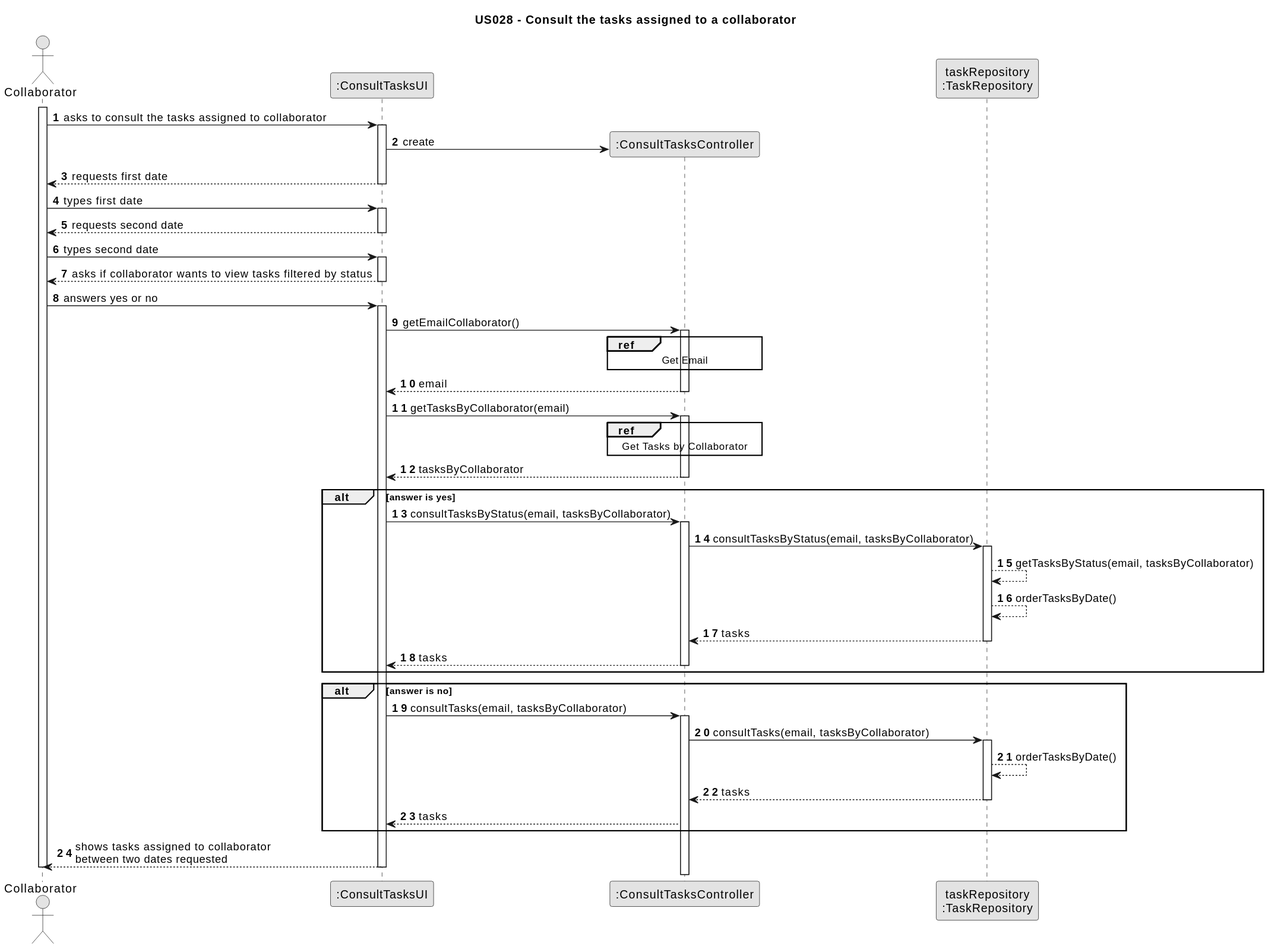
This is docs/sprintC/us028/03.design/svg/us028-sequence-diagram-split.svg from Departamento-de-Engenharia-Informatica/lei-24-s2-1dm-g132, a PlantUML export, as it was before one commit.
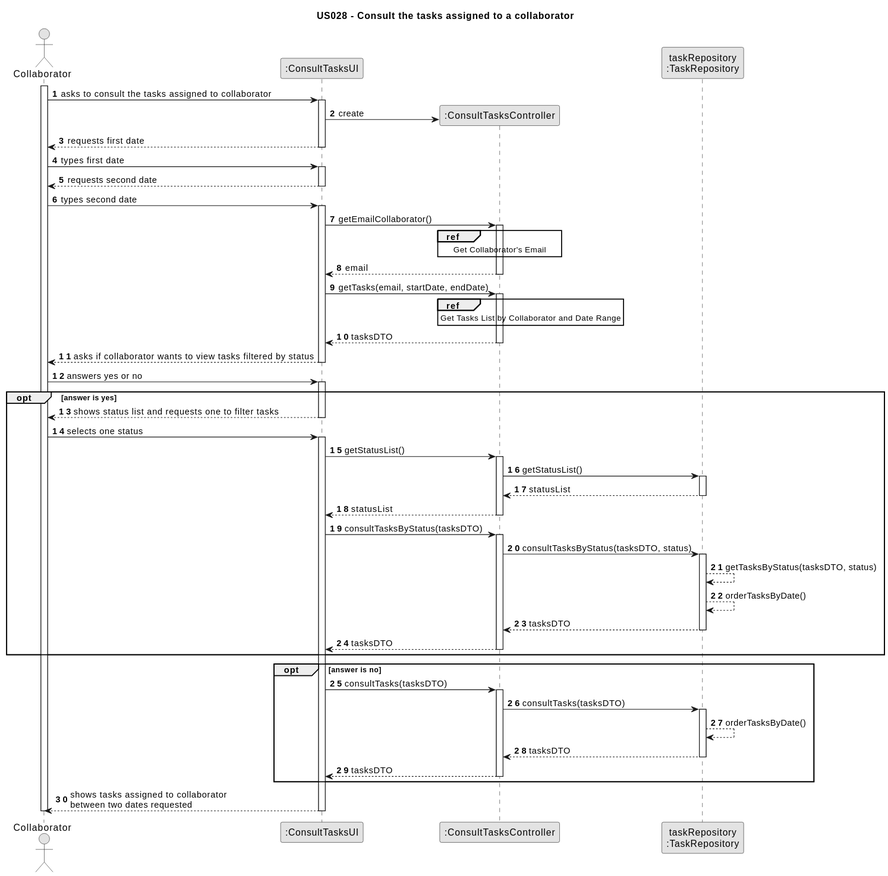
Above is the later version.

Commit message:
US28 changes on sequence diagram full and partials

Change to the diagram source:
```diff
@@ -31,63 +31,79 @@
     Employee -> UI : types second date
     activate UI
 
+    UI -> CTRL : getEmailCollaborator()
+    activate CTRL
+
+    ref over CTRL
+        Get Collaborator's Email
+    end ref
+
+    CTRL --> UI : email
+    deactivate CTRL
+
+    UI -> CTRL : getTasks(email, startDate, endDate)
+    activate CTRL
+
+    ref over CTRL
+        Get Tasks List by Collaborator and Date Range
+    end ref
+
+    CTRL --> UI : tasksDTO
+    deactivate CTRL
+
     UI --> Employee : asks if collaborator wants to view tasks filtered by status
     deactivate UI
 
     Employee -> UI : answers yes or no
     activate UI
 
-    UI -> CTRL : getEmailCollaborator()
-    activate CTRL
+    opt answer is yes
+        UI --> Employee : shows status list and requests one to filter tasks
+        deactivate UI
 
-    ref over CTRL
-        Get Email
-    end
+        Employee -> UI : selects one status
+        activate UI
 
-    CTRL --> UI : email
-    deactivate CTRL
-
-    UI -> CTRL : getTasksByCollaborator(email)
-    activate CTRL
-
-    ref over CTRL
-         Get Tasks by Collaborator
-    end
-
-    CTRL --> UI : tasksByCollaborator
-    deactivate CTRL
-
-
-    alt answer is yes
-        UI -> CTRL : consultTasksByStatus(email, tasksByCollaborator)
+        UI -> CTRL : getStatusList()
         activate CTRL
 
-        CTRL -> TaskRepository : consultTasksByStatus(email, tasksByCollaborator)
+        CTRL -> TaskRepository : getStatusList()
         activate TaskRepository
 
-        TaskRepository --> TaskRepository : getTasksByStatus(email, tasksByCollaborator)
-        TaskRepository --> TaskRepository : orderTasksByDate()
-        TaskRepository --> CTRL : tasks
+        TaskRepository --> CTRL : statusList
         deactivate TaskRepository
 
-        CTRL --> UI : tasks
+        CTRL --> UI : statusList
         deactivate CTRL
-    end
 
-    alt answer is no
-        UI -> CTRL : consultTasks(email, tasksByCollaborator)
+        UI -> CTRL : consultTasksByStatus(tasksDTO)
         activate CTRL
 
-        CTRL -> TaskRepository : consultTasks(email, tasksByCollaborator)
+        CTRL -> TaskRepository : consultTasksByStatus(tasksDTO, status)
+        activate TaskRepository
+
+        TaskRepository --> TaskRepository : getTasksByStatus(tasksDTO, status)
+        TaskRepository --> TaskRepository : orderTasksByDate()
+        TaskRepository --> CTRL : tasksDTO
+        deactivate TaskRepository
+
+        CTRL --> UI : tasksDTO
+        deactivate CTRL
+    end opt
+
+    opt answer is no
+        UI -> CTRL : consultTasks(tasksDTO)
+        activate CTRL
+
+        CTRL -> TaskRepository : consultTasks(tasksDTO)
         activate TaskRepository
 
         TaskRepository --> TaskRepository : orderTasksByDate()
-        TaskRepository --> CTRL : tasks
+        TaskRepository --> CTRL : tasksDTO
         deactivate TaskRepository
-
-        CTRL --> UI : tasks
-    end
-
+        CTRL --> UI : tasksDTO
+        deactivate CTRL
+    end opt
 
     UI --> Employee : shows tasks assigned to collaborator \nbetween two dates requested
     deactivate UI
```
